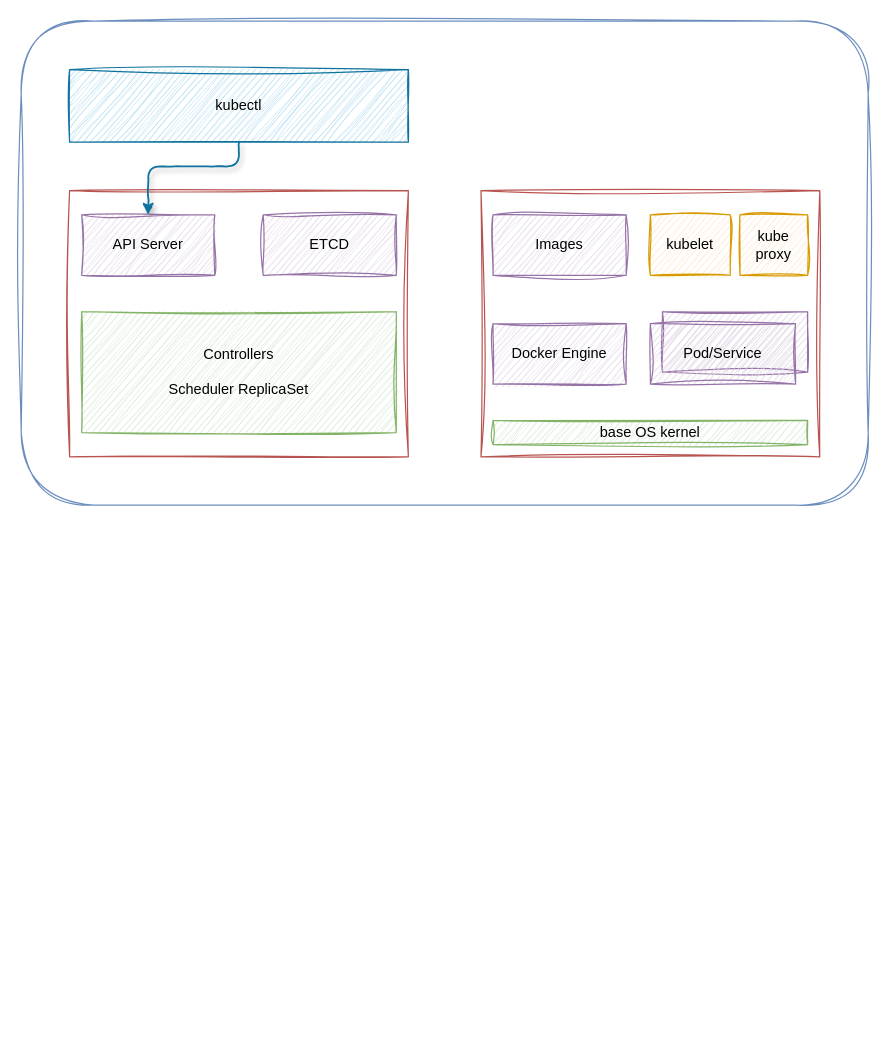
Earlier version of the draw.io diagram Kubernetes.drawio (qinxinliang/diagrams). Source tidied: cells renumbered, new cells numbered last; positions are measured from the earlier drawing's top-left corner, leaving out a move shared by most shapes. Both pictures are drawn from the tidied source at 121%, with x=0, y=0 at pixel (21, 21). Pictures stored in the file or linked from it are replaced by grey dashed boxes.
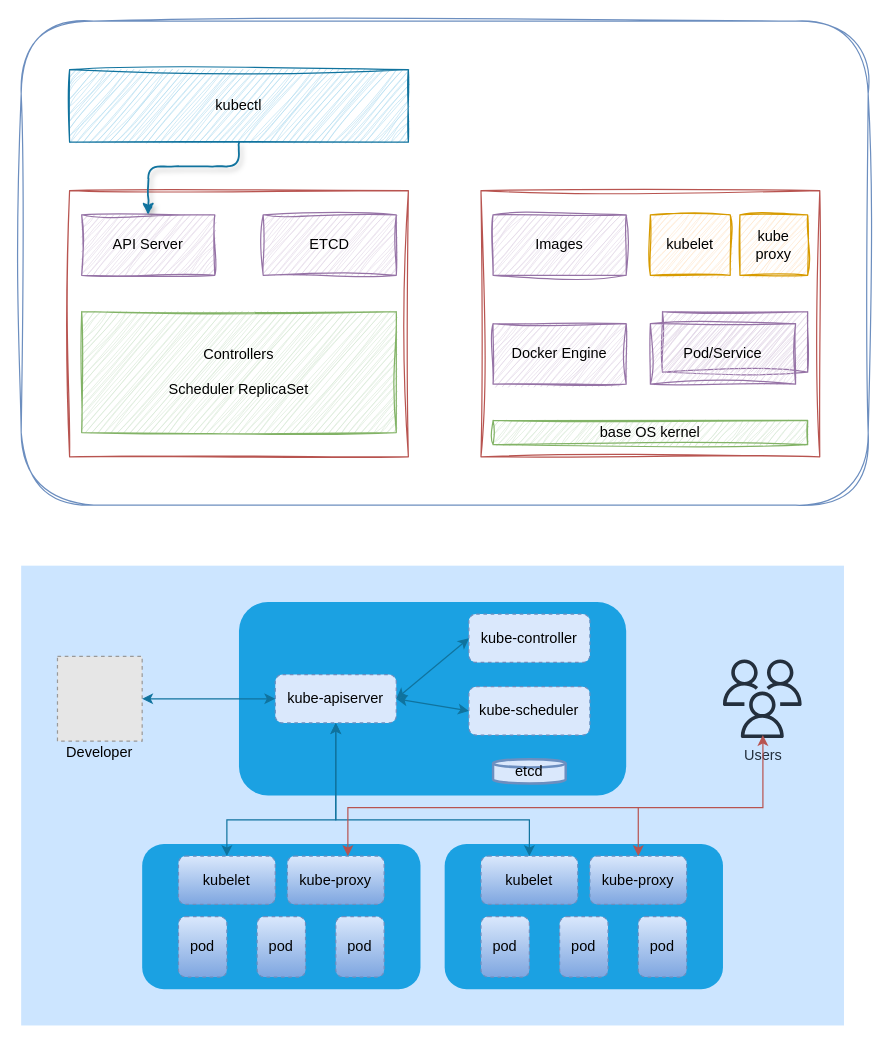
The same page after the edit.

The edit, as a diff of the source:
```diff
@@
+    <mxCell id="17" style="rounded=0;whiteSpace=wrap;html=1;fillColor=#cce5ff;strokeColor=none;" parent="1" vertex="1">
+      <mxGeometry y="450" width="680" height="380" as="geometry" />
+    </mxCell>
@@
+    <mxCell id="18" style="rounded=1;whiteSpace=wrap;html=1;glass=0;fillColor=#1ba1e2;strokeColor=none;shadow=0;comic=0;enumerate=0;fontColor=#ffffff;" parent="1" vertex="1">
+      <mxGeometry x="180" y="480" width="320" height="160" as="geometry" />
+    </mxCell>
+    <mxCell id="19" value="kube-apiserver" style="rounded=1;whiteSpace=wrap;html=1;fillColor=#dae8fc;strokeColor=#6c8ebf;dashed=1;" parent="1" vertex="1">
+      <mxGeometry x="210" y="540" width="100" height="40" as="geometry" />
+    </mxCell>
+    <mxCell id="20" value="kube-scheduler" style="rounded=1;whiteSpace=wrap;html=1;fillColor=#dae8fc;strokeColor=#6c8ebf;dashed=1;" parent="1" vertex="1">
+      <mxGeometry x="370" y="550" width="100" height="40" as="geometry" />
+    </mxCell>
+    <mxCell id="21" value="kube-controller" style="rounded=1;whiteSpace=wrap;html=1;fillColor=#dae8fc;strokeColor=#6c8ebf;dashed=1;" parent="1" vertex="1">
+      <mxGeometry x="370" y="490" width="100" height="40" as="geometry" />
+    </mxCell>
+    <mxCell id="22" value="etcd" style="strokeWidth=2;html=1;shape=mxgraph.flowchart.database;whiteSpace=wrap;fillColor=#dae8fc;strokeColor=#6c8ebf;" parent="1" vertex="1">
+      <mxGeometry x="390" y="610" width="60" height="20" as="geometry" />
+    </mxCell>
+    <mxCell id="23" style="endArrow=classic;startArrow=classic;html=1;rounded=0;entryX=0;entryY=0.5;entryDx=0;entryDy=0;exitX=1;exitY=0.5;exitDx=0;exitDy=0;strokeWidth=1;fillColor=#b1ddf0;strokeColor=#10739e;" parent="1" edge="1" source="19" target="21">
+      <mxGeometry relative="1" as="geometry" />
+    </mxCell>
+    <mxCell id="24" style="endArrow=classic;startArrow=classic;html=1;rounded=0;entryX=0;entryY=0.5;entryDx=0;entryDy=0;exitX=1;exitY=0.5;exitDx=0;exitDy=0;fillColor=#b1ddf0;strokeColor=#10739e;strokeWidth=1;" parent="1" edge="1" source="19" target="20">
+      <mxGeometry relative="1" as="geometry" />
+    </mxCell>
+    <mxCell id="25" style="rounded=1;whiteSpace=wrap;html=1;fillColor=#1ba1e2;strokeColor=none;fontColor=#ffffff;shadow=0;" parent="1" vertex="1">
+      <mxGeometry x="100" y="680" width="230" height="120" as="geometry" />
+    </mxCell>
+    <mxCell id="26" value="kubelet" style="whiteSpace=wrap;html=1;fillColor=#dae8fc;strokeColor=#6c8ebf;rounded=1;dashed=1;gradientColor=#7ea6e0;" parent="1" vertex="1">
+      <mxGeometry x="130" y="690" width="80" height="40" as="geometry" />
+    </mxCell>
+    <mxCell id="27" value="kube-proxy" style="whiteSpace=wrap;html=1;fillColor=#dae8fc;strokeColor=#6c8ebf;rounded=1;dashed=1;gradientColor=#7ea6e0;" parent="1" vertex="1">
+      <mxGeometry x="220" y="690" width="80" height="40" as="geometry" />
+    </mxCell>
+    <mxCell id="28" value="pod" style="rounded=1;whiteSpace=wrap;html=1;fillColor=#dae8fc;strokeColor=#6c8ebf;dashed=1;gradientColor=#7ea6e0;" parent="1" vertex="1">
+      <mxGeometry x="130" y="740" width="40" height="50" as="geometry" />
+    </mxCell>
+    <mxCell id="29" value="pod" style="rounded=1;whiteSpace=wrap;html=1;fillColor=#dae8fc;strokeColor=#6c8ebf;dashed=1;gradientColor=#7ea6e0;" parent="1" vertex="1">
+      <mxGeometry x="260" y="740" width="40" height="50" as="geometry" />
+    </mxCell>
+    <mxCell id="30" value="pod" style="rounded=1;whiteSpace=wrap;html=1;fillColor=#dae8fc;strokeColor=#6c8ebf;dashed=1;gradientColor=#7ea6e0;" parent="1" vertex="1">
+      <mxGeometry x="195" y="740" width="40" height="50" as="geometry" />
+    </mxCell>
+    <mxCell id="31" style="rounded=1;whiteSpace=wrap;html=1;fillColor=#1ba1e2;strokeColor=none;fontColor=#ffffff;shadow=0;" parent="1" vertex="1">
+      <mxGeometry x="350" y="680" width="230" height="120" as="geometry" />
+    </mxCell>
+    <mxCell id="32" value="kubelet" style="whiteSpace=wrap;html=1;fillColor=#dae8fc;strokeColor=#6c8ebf;rounded=1;dashed=1;gradientColor=#7ea6e0;" parent="1" vertex="1">
+      <mxGeometry x="380" y="690" width="80" height="40" as="geometry" />
+    </mxCell>
+    <mxCell id="33" value="kube-proxy" style="whiteSpace=wrap;html=1;fillColor=#dae8fc;strokeColor=#6c8ebf;rounded=1;dashed=1;gradientColor=#7ea6e0;" parent="1" vertex="1">
+      <mxGeometry x="470" y="690" width="80" height="40" as="geometry" />
+    </mxCell>
+    <mxCell id="34" value="pod" style="rounded=1;whiteSpace=wrap;html=1;fillColor=#dae8fc;strokeColor=#6c8ebf;dashed=1;gradientColor=#7ea6e0;" parent="1" vertex="1">
+      <mxGeometry x="380" y="740" width="40" height="50" as="geometry" />
+    </mxCell>
+    <mxCell id="35" value="pod" style="rounded=1;whiteSpace=wrap;html=1;fillColor=#dae8fc;strokeColor=#6c8ebf;dashed=1;gradientColor=#7ea6e0;" parent="1" vertex="1">
+      <mxGeometry x="510" y="740" width="40" height="50" as="geometry" />
+    </mxCell>
+    <mxCell id="36" value="pod" style="rounded=1;whiteSpace=wrap;html=1;fillColor=#dae8fc;strokeColor=#6c8ebf;dashed=1;gradientColor=#7ea6e0;" parent="1" vertex="1">
+      <mxGeometry x="445" y="740" width="40" height="50" as="geometry" />
+    </mxCell>
+    <mxCell id="37" style="fillColor=#E6E6E6;strokeColor=#999999;dashed=1;html=1;verticalAlign=top;verticalLabelPosition=bottom;labelBackgroundColor=#ffffff;" parent="1" vertex="1">
+      <mxGeometry x="30" y="525" width="70" height="70" as="geometry" />
+    </mxCell>
+    <mxCell id="38" value="Users" style="sketch=0;fontColor=#232F3E;gradientColor=none;fillColor=#232F3D;strokeColor=none;dashed=0;verticalLabelPosition=bottom;verticalAlign=top;align=center;html=1;fontSize=12;fontStyle=0;shape=mxgraph.aws4.users;" parent="1" vertex="1">
+      <mxGeometry x="580" y="527.5" width="65" height="65" as="geometry" />
+    </mxCell>
+    <mxCell id="39" style="endArrow=classic;startArrow=classic;html=1;rounded=0;entryX=0.5;entryY=1;entryDx=0;entryDy=0;exitX=0.5;exitY=0;exitDx=0;exitDy=0;fillColor=#b1ddf0;strokeColor=#10739e;" parent="1" edge="1" source="26" target="19">
+      <mxGeometry relative="1" as="geometry">
+        <Array as="points">
+          <mxPoint x="170" y="660" />
+          <mxPoint x="260" y="660" />
+        </Array>
+      </mxGeometry>
+    </mxCell>
+    <mxCell id="40" style="endArrow=classic;startArrow=classic;html=1;rounded=0;fillColor=#b1ddf0;strokeColor=#10739e;exitX=0.5;exitY=1;exitDx=0;exitDy=0;entryX=0.5;entryY=0;entryDx=0;entryDy=0;" parent="1" edge="1" source="19" target="32">
+      <mxGeometry relative="1" as="geometry">
+        <Array as="points">
+          <mxPoint x="260" y="660" />
+          <mxPoint x="420" y="660" />
+        </Array>
+      </mxGeometry>
+    </mxCell>
+    <mxCell id="41" style="endArrow=classic;startArrow=classic;html=1;rounded=0;entryX=0;entryY=0.5;entryDx=0;entryDy=0;exitX=1;exitY=0.5;exitDx=0;exitDy=0;strokeWidth=1;fillColor=#b1ddf0;strokeColor=#10739e;" parent="1" edge="1" source="37" target="19">
+      <mxGeometry relative="1" as="geometry" />
+    </mxCell>
+    <mxCell id="42" style="endArrow=classic;startArrow=classic;html=1;rounded=0;fillColor=#f8cecc;strokeColor=#b85450;gradientColor=#ea6b66;" parent="1" edge="1">
+      <mxGeometry relative="1" as="geometry">
+        <mxPoint x="270" y="690" as="sourcePoint" />
+        <mxPoint x="613" y="590" as="targetPoint" />
+        <Array as="points">
+          <mxPoint x="270" y="670" />
+          <mxPoint x="270" y="650" />
+          <mxPoint x="613" y="650" />
+        </Array>
+      </mxGeometry>
+    </mxCell>
+    <mxCell id="43" style="endArrow=classic;html=1;rounded=0;fillColor=#f8cecc;strokeColor=#b85450;entryX=0.5;entryY=0;entryDx=0;entryDy=0;gradientColor=#ea6b66;" parent="1" edge="1" target="33">
+      <mxGeometry relative="1" as="geometry">
+        <mxPoint x="510" y="650" as="sourcePoint" />
+      </mxGeometry>
+    </mxCell>
+    <mxCell id="44" value="Developer" style="text;html=1;strokeColor=none;fillColor=none;align=center;verticalAlign=middle;whiteSpace=wrap;rounded=0;" parent="1" vertex="1">
+      <mxGeometry x="35" y="590" width="60" height="30" as="geometry" />
+    </mxCell>
```
